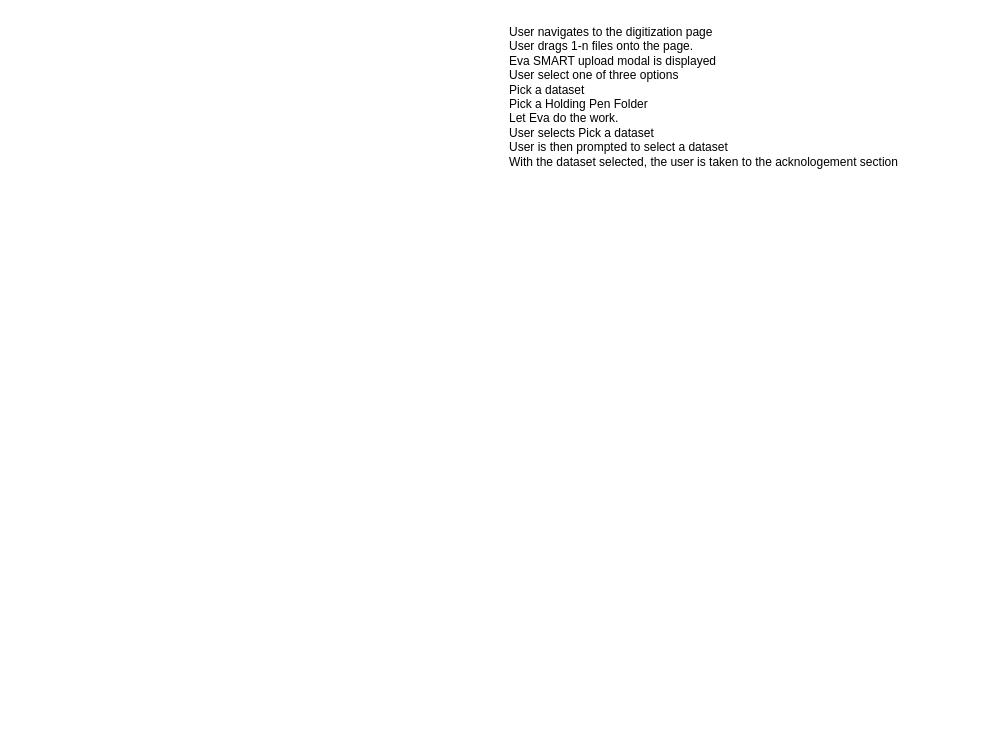
This is page "Digitization Workflow" (3 of 5) of Drawings/Eva/Digitization/Eva Digitization.drawio from flare891/rmslow, a draw.io file, before an edit. Source tidied: cells renumbered, new cells numbered last; positions are measured from the earlier drawing's top-left corner, leaving out a move shared by most shapes. Both pictures are drawn from the tidied source at 100%, with x=0, y=0 at pixel (507, 18).
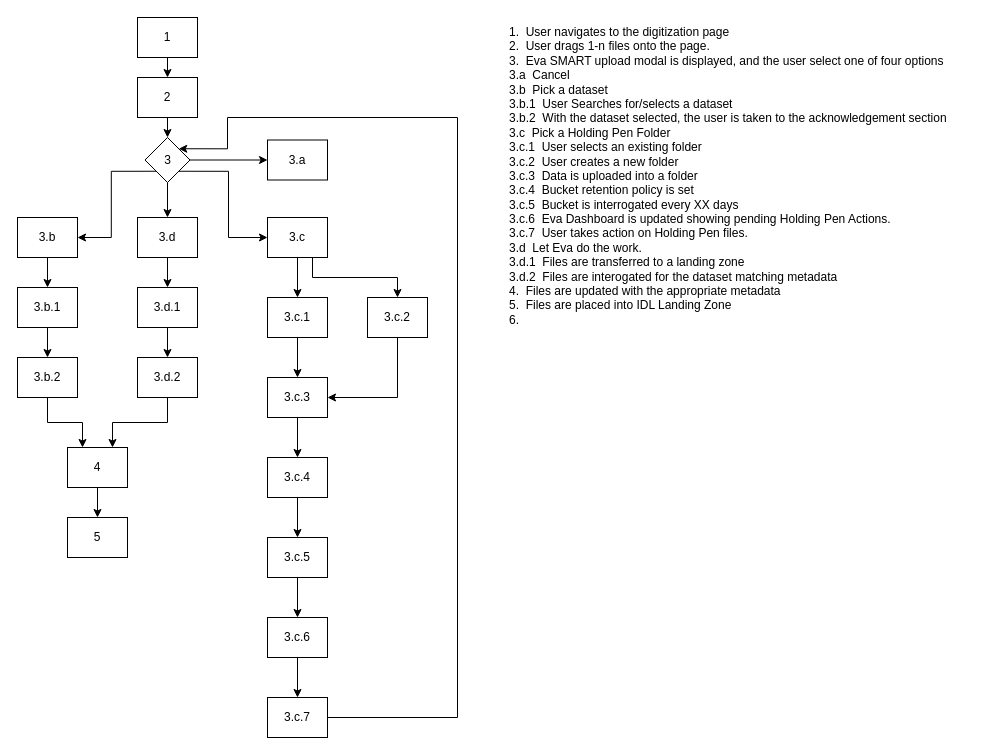
After the change.

Change to the diagram source:
```diff
@@
-    <mxCell id="2" value="User navigates to the digitization page&lt;br&gt;User drags 1-n files onto the page.&lt;br&gt;Eva SMART upload modal is displayed&lt;br&gt;User select one of three options&lt;br&gt;Pick a dataset&lt;br&gt;Pick a Holding Pen Folder&lt;br&gt;Let Eva do the work.&amp;nbsp;&amp;nbsp;&lt;br&gt;User selects Pick a dataset&lt;br&gt;User is then prompted to select a dataset&lt;br&gt;With the dataset selected, the user is taken to the acknologement section" style="text;html=1;strokeColor=none;fillColor=none;align=left;verticalAlign=top;whiteSpace=wrap;rounded=0;" parent="1" vertex="1">
+    <mxCell id="2" value="1.&amp;nbsp; User navigates to the digitization page&lt;br&gt;2.&amp;nbsp; User drags 1-n files onto the page.&lt;br&gt;3.&amp;nbsp; Eva SMART upload modal is displayed, and the user select one of four options&lt;br&gt;3.a&amp;nbsp; Cancel&lt;br&gt;3.b&amp;nbsp; Pick a dataset&lt;br&gt;3.b.1&amp;nbsp; User Searches for/selects a dataset&lt;br&gt;3.b.2&amp;nbsp; With the dataset selected, the user is taken to the acknowledgement&amp;nbsp;section&lt;br&gt;3.c&amp;nbsp; Pick a Holding Pen Folder&lt;br&gt;3.c.1&amp;nbsp; User selects an existing folder&lt;br&gt;3.c.2&amp;nbsp; User creates a new folder&lt;br&gt;3.c.3&amp;nbsp; Data is uploaded into a folder&lt;br&gt;3.c.4&amp;nbsp; Bucket retention policy is set&lt;br&gt;3.c.5&amp;nbsp; Bucket is interrogated every XX days&lt;br&gt;3.c.6&amp;nbsp; Eva Dashboard is updated showing pending Holding Pen Actions.&amp;nbsp;&amp;nbsp;&lt;br&gt;3.c.7&amp;nbsp; User takes action on Holding Pen files.&lt;br&gt;3.d&amp;nbsp; Let Eva do the work.&amp;nbsp;&amp;nbsp;&lt;br&gt;3.d.1&amp;nbsp; Files are transferred to a landing zone&lt;br&gt;3.d.2&amp;nbsp; Files are interogated for the dataset matching metadata&lt;br&gt;4.&amp;nbsp; Files are updated with the appropriate metadata&lt;br&gt;5.&amp;nbsp; Files are placed into IDL Landing Zone&lt;br&gt;6.&amp;nbsp;&amp;nbsp;" style="text;html=1;strokeColor=none;fillColor=none;align=left;verticalAlign=top;whiteSpace=wrap;rounded=0;" parent="1" vertex="1">
       <mxGeometry width="480" height="480" as="geometry" />
     </mxCell>
+    <mxCell id="3" style="edgeStyle=orthogonalEdgeStyle;rounded=0;jettySize=auto;html=1;exitX=0.5;exitY=1;exitDx=0;exitDy=0;entryX=0.5;entryY=0;entryDx=0;entryDy=0;fontSize=12;align=center;" parent="1" edge="1" source="4" target="6">
+      <mxGeometry relative="1" as="geometry" />
+    </mxCell>
+    <mxCell id="4" value="1" style="rounded=0;whiteSpace=wrap;html=1;fontSize=12;align=center;" parent="1" vertex="1">
+      <mxGeometry x="-370" y="-1" width="60" height="40" as="geometry" />
+    </mxCell>
+    <mxCell id="5" style="edgeStyle=orthogonalEdgeStyle;rounded=0;jettySize=auto;html=1;exitX=0.5;exitY=1;exitDx=0;exitDy=0;entryX=0.5;entryY=0;entryDx=0;entryDy=0;" parent="1" edge="1" source="6" target="12">
+      <mxGeometry relative="1" as="geometry" />
+    </mxCell>
+    <mxCell id="6" value="2" style="rounded=0;whiteSpace=wrap;html=1;fontSize=12;align=center;" parent="1" vertex="1">
+      <mxGeometry x="-370" y="59" width="60" height="40" as="geometry" />
+    </mxCell>
+    <mxCell id="7" value="3.a" style="rounded=0;whiteSpace=wrap;html=1;fontSize=12;align=center;" parent="1" vertex="1">
+      <mxGeometry x="-240" y="121.5" width="60" height="40" as="geometry" />
+    </mxCell>
+    <mxCell id="8" style="edgeStyle=orthogonalEdgeStyle;rounded=0;jettySize=auto;html=1;exitX=1;exitY=0.5;exitDx=0;exitDy=0;entryX=0;entryY=0.5;entryDx=0;entryDy=0;" parent="1" edge="1" source="12" target="7">
+      <mxGeometry relative="1" as="geometry" />
+    </mxCell>
+    <mxCell id="9" style="edgeStyle=orthogonalEdgeStyle;rounded=0;jettySize=auto;html=1;exitX=1;exitY=1;exitDx=0;exitDy=0;entryX=0;entryY=0.5;entryDx=0;entryDy=0;" parent="1" edge="1" source="12" target="19">
+      <mxGeometry relative="1" as="geometry">
+        <Array as="points">
+          <mxPoint x="-279" y="153" />
+          <mxPoint x="-279" y="219" />
+        </Array>
+      </mxGeometry>
+    </mxCell>
+    <mxCell id="10" style="edgeStyle=orthogonalEdgeStyle;rounded=0;jettySize=auto;html=1;exitX=0.5;exitY=1;exitDx=0;exitDy=0;entryX=0.5;entryY=0;entryDx=0;entryDy=0;" parent="1" edge="1" source="12" target="14">
+      <mxGeometry relative="1" as="geometry" />
+    </mxCell>
+    <mxCell id="11" style="edgeStyle=orthogonalEdgeStyle;rounded=0;jettySize=auto;html=1;exitX=0;exitY=1;exitDx=0;exitDy=0;entryX=1;entryY=0.5;entryDx=0;entryDy=0;" parent="1" edge="1" source="12" target="16">
+      <mxGeometry relative="1" as="geometry" />
+    </mxCell>
+    <mxCell id="12" value="3" style="rhombus;whiteSpace=wrap;html=1;fontSize=12;align=center;" parent="1" vertex="1">
+      <mxGeometry x="-362.5" y="119" width="45" height="45" as="geometry" />
+    </mxCell>
+    <mxCell id="13" style="edgeStyle=orthogonalEdgeStyle;rounded=0;jettySize=auto;html=1;exitX=0.5;exitY=1;exitDx=0;exitDy=0;entryX=0.5;entryY=0;entryDx=0;entryDy=0;" parent="1" edge="1" source="14" target="41">
+      <mxGeometry relative="1" as="geometry" />
+    </mxCell>
+    <mxCell id="14" value="3.d" style="rounded=0;whiteSpace=wrap;html=1;fontSize=12;align=center;" parent="1" vertex="1">
+      <mxGeometry x="-370" y="199" width="60" height="40" as="geometry" />
+    </mxCell>
+    <mxCell id="15" style="edgeStyle=orthogonalEdgeStyle;rounded=0;jettySize=auto;html=1;exitX=0.5;exitY=1;exitDx=0;exitDy=0;" parent="1" edge="1" source="16" target="21">
+      <mxGeometry relative="1" as="geometry" />
+    </mxCell>
+    <mxCell id="16" value="3.b" style="rounded=0;whiteSpace=wrap;html=1;fontSize=12;align=center;" parent="1" vertex="1">
+      <mxGeometry x="-490" y="199" width="60" height="40" as="geometry" />
+    </mxCell>
+    <mxCell id="17" style="edgeStyle=orthogonalEdgeStyle;rounded=0;jettySize=auto;html=1;exitX=0.5;exitY=1;exitDx=0;exitDy=0;entryX=0.5;entryY=0;entryDx=0;entryDy=0;" parent="1" edge="1" source="19" target="29">
+      <mxGeometry relative="1" as="geometry" />
+    </mxCell>
+    <mxCell id="18" style="edgeStyle=orthogonalEdgeStyle;rounded=0;jettySize=auto;html=1;exitX=0.75;exitY=1;exitDx=0;exitDy=0;entryX=0.5;entryY=0;entryDx=0;entryDy=0;" parent="1" edge="1" source="19" target="27">
+      <mxGeometry relative="1" as="geometry" />
+    </mxCell>
+    <mxCell id="19" value="3.c" style="rounded=0;whiteSpace=wrap;html=1;fontSize=12;align=center;" parent="1" vertex="1">
+      <mxGeometry x="-240" y="199" width="60" height="40" as="geometry" />
+    </mxCell>
+    <mxCell id="20" style="edgeStyle=orthogonalEdgeStyle;rounded=0;jettySize=auto;html=1;exitX=0.5;exitY=1;exitDx=0;exitDy=0;entryX=0.5;entryY=0;entryDx=0;entryDy=0;" parent="1" edge="1" source="21" target="23">
+      <mxGeometry relative="1" as="geometry" />
+    </mxCell>
+    <mxCell id="21" value="3.b.1" style="rounded=0;whiteSpace=wrap;html=1;fontSize=12;align=center;" parent="1" vertex="1">
+      <mxGeometry x="-490" y="269" width="60" height="40" as="geometry" />
+    </mxCell>
+    <mxCell id="22" style="edgeStyle=orthogonalEdgeStyle;rounded=0;jettySize=auto;html=1;exitX=0.5;exitY=1;exitDx=0;exitDy=0;entryX=0.25;entryY=0;entryDx=0;entryDy=0;" parent="1" edge="1" source="23" target="25">
+      <mxGeometry relative="1" as="geometry" />
+    </mxCell>
+    <mxCell id="23" value="3.b.2" style="rounded=0;whiteSpace=wrap;html=1;fontSize=12;align=center;" parent="1" vertex="1">
+      <mxGeometry x="-490" y="339" width="60" height="40" as="geometry" />
+    </mxCell>
+    <mxCell id="24" style="edgeStyle=orthogonalEdgeStyle;rounded=0;jettySize=auto;html=1;exitX=0.5;exitY=1;exitDx=0;exitDy=0;entryX=0.5;entryY=0;entryDx=0;entryDy=0;" parent="1" edge="1" source="25" target="44">
+      <mxGeometry relative="1" as="geometry" />
+    </mxCell>
+    <mxCell id="25" value="4" style="rounded=0;whiteSpace=wrap;html=1;fontSize=12;align=center;" parent="1" vertex="1">
+      <mxGeometry x="-440" y="429" width="60" height="40" as="geometry" />
+    </mxCell>
+    <mxCell id="26" style="edgeStyle=orthogonalEdgeStyle;rounded=0;jettySize=auto;html=1;exitX=0.5;exitY=1;exitDx=0;exitDy=0;entryX=1;entryY=0.5;entryDx=0;entryDy=0;" parent="1" edge="1" source="27" target="31">
+      <mxGeometry relative="1" as="geometry" />
+    </mxCell>
+    <mxCell id="27" value="3.c.2" style="rounded=0;whiteSpace=wrap;html=1;fontSize=12;align=center;" parent="1" vertex="1">
+      <mxGeometry x="-140" y="279" width="60" height="40" as="geometry" />
+    </mxCell>
+    <mxCell id="28" style="edgeStyle=orthogonalEdgeStyle;rounded=0;jettySize=auto;html=1;exitX=0.5;exitY=1;exitDx=0;exitDy=0;entryX=0.5;entryY=0;entryDx=0;entryDy=0;" parent="1" edge="1" source="29" target="31">
+      <mxGeometry relative="1" as="geometry" />
+    </mxCell>
+    <mxCell id="29" value="3.c.1" style="rounded=0;whiteSpace=wrap;html=1;fontSize=12;align=center;" parent="1" vertex="1">
+      <mxGeometry x="-240" y="279" width="60" height="40" as="geometry" />
+    </mxCell>
+    <mxCell id="30" style="edgeStyle=orthogonalEdgeStyle;rounded=0;jettySize=auto;html=1;exitX=0.5;exitY=1;exitDx=0;exitDy=0;entryX=0.5;entryY=0;entryDx=0;entryDy=0;" parent="1" edge="1" source="31" target="33">
+      <mxGeometry relative="1" as="geometry" />
+    </mxCell>
+    <mxCell id="31" value="3.c.3" style="rounded=0;whiteSpace=wrap;html=1;fontSize=12;align=center;" parent="1" vertex="1">
+      <mxGeometry x="-240" y="359" width="60" height="40" as="geometry" />
+    </mxCell>
+    <mxCell id="32" style="edgeStyle=orthogonalEdgeStyle;rounded=0;jettySize=auto;html=1;exitX=0.5;exitY=1;exitDx=0;exitDy=0;entryX=0.5;entryY=0;entryDx=0;entryDy=0;" parent="1" edge="1" source="33" target="35">
+      <mxGeometry relative="1" as="geometry" />
+    </mxCell>
+    <mxCell id="33" value="3.c.4" style="rounded=0;whiteSpace=wrap;html=1;fontSize=12;align=center;" parent="1" vertex="1">
+      <mxGeometry x="-240" y="439" width="60" height="40" as="geometry" />
+    </mxCell>
+    <mxCell id="34" style="edgeStyle=orthogonalEdgeStyle;rounded=0;jettySize=auto;html=1;exitX=0.5;exitY=1;exitDx=0;exitDy=0;entryX=0.5;entryY=0;entryDx=0;entryDy=0;" parent="1" edge="1" source="35" target="37">
+      <mxGeometry relative="1" as="geometry" />
+    </mxCell>
+    <mxCell id="35" value="3.c.5" style="rounded=0;whiteSpace=wrap;html=1;fontSize=12;align=center;" parent="1" vertex="1">
+      <mxGeometry x="-240" y="519" width="60" height="40" as="geometry" />
+    </mxCell>
+    <mxCell id="36" style="edgeStyle=orthogonalEdgeStyle;rounded=0;jettySize=auto;html=1;exitX=0.5;exitY=1;exitDx=0;exitDy=0;entryX=0.5;entryY=0;entryDx=0;entryDy=0;" parent="1" edge="1" source="37" target="39">
+      <mxGeometry relative="1" as="geometry" />
+    </mxCell>
+    <mxCell id="37" value="3.c.6" style="rounded=0;whiteSpace=wrap;html=1;fontSize=12;align=center;" parent="1" vertex="1">
+      <mxGeometry x="-240" y="599" width="60" height="40" as="geometry" />
+    </mxCell>
+    <mxCell id="38" style="edgeStyle=orthogonalEdgeStyle;rounded=0;jettySize=auto;html=1;exitX=1;exitY=0.5;exitDx=0;exitDy=0;entryX=1;entryY=0;entryDx=0;entryDy=0;" parent="1" edge="1" source="39" target="12">
+      <mxGeometry relative="1" as="geometry">
+        <Array as="points">
+          <mxPoint x="-50" y="699" />
+          <mxPoint x="-50" y="99" />
+          <mxPoint x="-280" y="99" />
+          <mxPoint x="-280" y="130" />
+        </Array>
+      </mxGeometry>
+    </mxCell>
+    <mxCell id="39" value="3.c.7" style="rounded=0;whiteSpace=wrap;html=1;fontSize=12;align=center;" parent="1" vertex="1">
+      <mxGeometry x="-240" y="679" width="60" height="40" as="geometry" />
+    </mxCell>
+    <mxCell id="40" style="edgeStyle=orthogonalEdgeStyle;rounded=0;jettySize=auto;html=1;exitX=0.5;exitY=1;exitDx=0;exitDy=0;entryX=0.5;entryY=0;entryDx=0;entryDy=0;" parent="1" edge="1" source="41" target="43">
+      <mxGeometry relative="1" as="geometry" />
+    </mxCell>
+    <mxCell id="41" value="3.d.1" style="rounded=0;whiteSpace=wrap;html=1;fontSize=12;align=center;" parent="1" vertex="1">
+      <mxGeometry x="-370" y="269" width="60" height="40" as="geometry" />
+    </mxCell>
+    <mxCell id="42" style="edgeStyle=orthogonalEdgeStyle;rounded=0;jettySize=auto;html=1;exitX=0.5;exitY=1;exitDx=0;exitDy=0;entryX=0.75;entryY=0;entryDx=0;entryDy=0;" parent="1" edge="1" source="43" target="25">
+      <mxGeometry relative="1" as="geometry" />
+    </mxCell>
+    <mxCell id="43" value="3.d.2" style="rounded=0;whiteSpace=wrap;html=1;fontSize=12;align=center;" parent="1" vertex="1">
+      <mxGeometry x="-370" y="339" width="60" height="40" as="geometry" />
+    </mxCell>
+    <mxCell id="44" value="5" style="rounded=0;whiteSpace=wrap;html=1;fontSize=12;align=center;" parent="1" vertex="1">
+      <mxGeometry x="-440" y="499" width="60" height="40" as="geometry" />
+    </mxCell>
```
